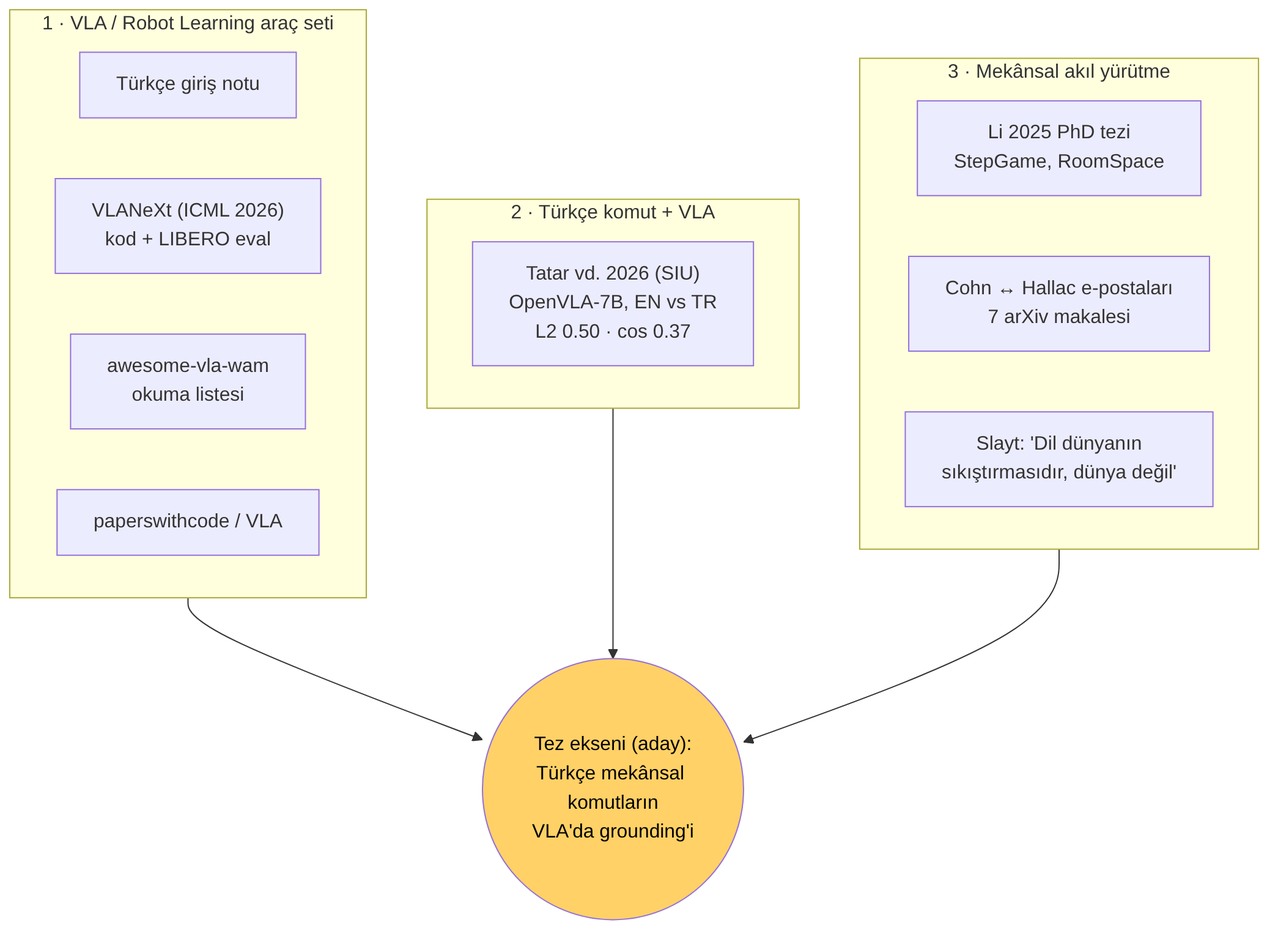
Above: lectures/images/lecture-01/05-source-map.png in mesutd0nmez/vla-robot-learning-tr (Mermaid), before the change. Its source is kept beside it as lectures/images/lecture-01/05-source-map.mmd. The source it was exported from:
```mermaid
flowchart TB
    TEZ(("Tez ekseni (aday):<br/>Türkçe mekânsal komutların<br/>VLA'da grounding'i"))
    subgraph A["1 · VLA / Robot Learning araç seti"]
        A1["Türkçe giriş notu"]
        A2["VLANeXt (ICML 2026)<br/>kod + LIBERO eval"]
        A3["awesome-vla-wam<br/>okuma listesi"]
        A4["paperswithcode / VLA"]
    end
    subgraph B["2 · Türkçe komut + VLA"]
        B1["Tatar vd. 2026 (SIU)<br/>OpenVLA-7B, EN vs TR<br/>L2 0.50 · cos 0.37"]
    end
    subgraph Cc["3 · Mekânsal akıl yürütme"]
        C1["Li 2025 PhD tezi<br/>StepGame, RoomSpace"]
        C2["Cohn ↔ Hallac e-postaları<br/>7 arXiv makalesi"]
        C3["Slayt: 'Dil dünyanın<br/>sıkıştırmasıdır, dünya değil'"]
    end
    A --> TEZ
    B --> TEZ
    Cc --> TEZ
    style TEZ fill:#ffd166,color:#000
```
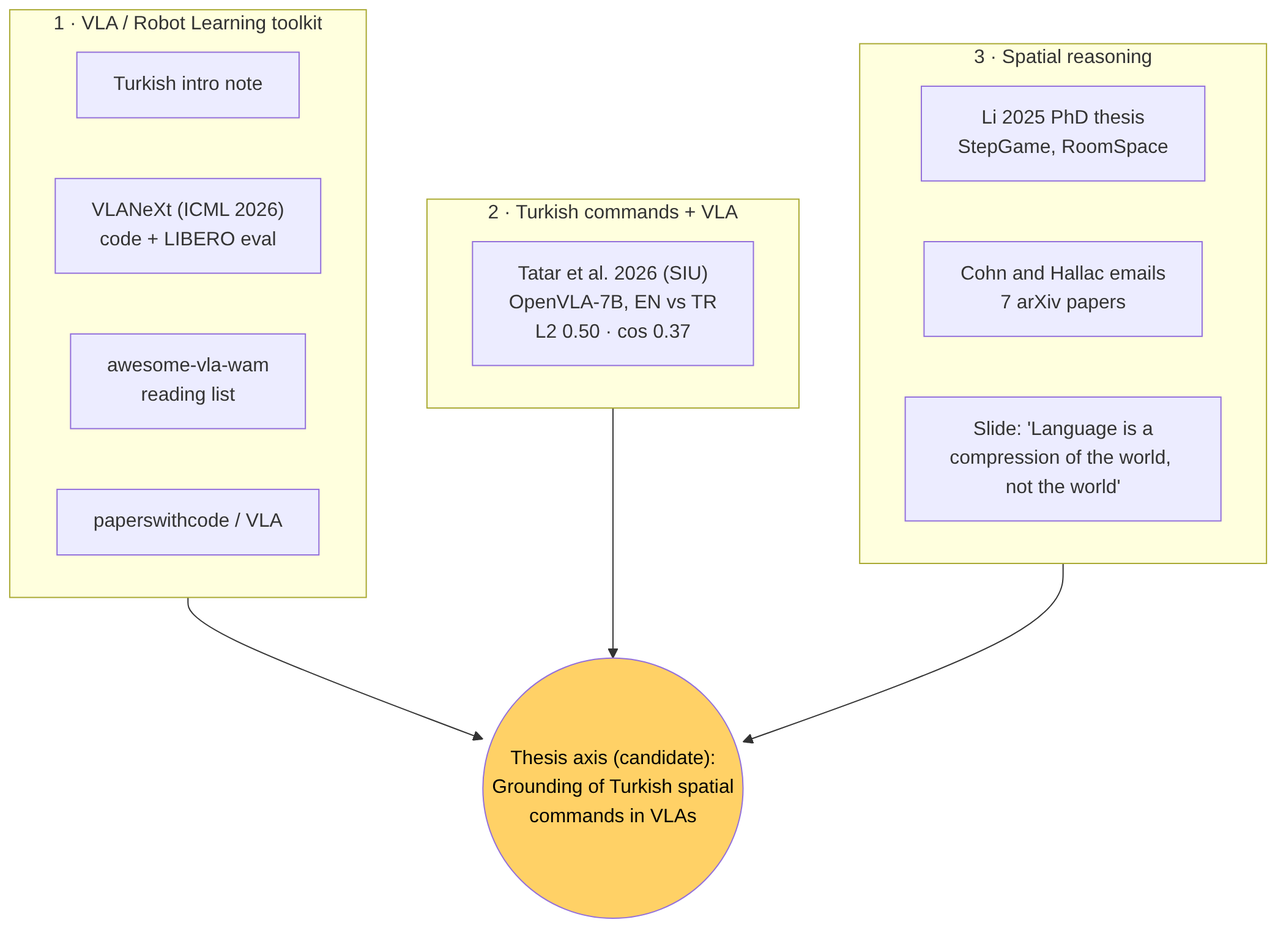
The same diagram one commit later.

Change to the diagram source:
```diff
@@ -1,18 +1,18 @@
 flowchart TB
-    TEZ(("Tez ekseni (aday):<br/>Türkçe mekânsal komutların<br/>VLA'da grounding'i"))
-    subgraph A["1 · VLA / Robot Learning araç seti"]
-        A1["Türkçe giriş notu"]
-        A2["VLANeXt (ICML 2026)<br/>kod + LIBERO eval"]
-        A3["awesome-vla-wam<br/>okuma listesi"]
+    TEZ(("Thesis axis (candidate):<br/>Grounding of Turkish spatial<br/>commands in VLAs"))
+    subgraph A["1 · VLA / Robot Learning toolkit"]
+        A1["Turkish intro note"]
+        A2["VLANeXt (ICML 2026)<br/>code + LIBERO eval"]
+        A3["awesome-vla-wam<br/>reading list"]
         A4["paperswithcode / VLA"]
     end
-    subgraph B["2 · Türkçe komut + VLA"]
-        B1["Tatar vd. 2026 (SIU)<br/>OpenVLA-7B, EN vs TR<br/>L2 0.50 · cos 0.37"]
+    subgraph B["2 · Turkish commands + VLA"]
+        B1["Tatar et al. 2026 (SIU)<br/>OpenVLA-7B, EN vs TR<br/>L2 0.50 · cos 0.37"]
     end
-    subgraph Cc["3 · Mekânsal akıl yürütme"]
-        C1["Li 2025 PhD tezi<br/>StepGame, RoomSpace"]
-        C2["Cohn ↔ Hallac e-postaları<br/>7 arXiv makalesi"]
-        C3["Slayt: 'Dil dünyanın<br/>sıkıştırmasıdır, dünya değil'"]
+    subgraph Cc["3 · Spatial reasoning"]
+        C1["Li 2025 PhD thesis<br/>StepGame, RoomSpace"]
+        C2["Cohn and Hallac emails<br/>7 arXiv papers"]
+        C3["Slide: 'Language is a<br/>compression of the world, not the world'"]
     end
     A --> TEZ
     B --> TEZ
```
